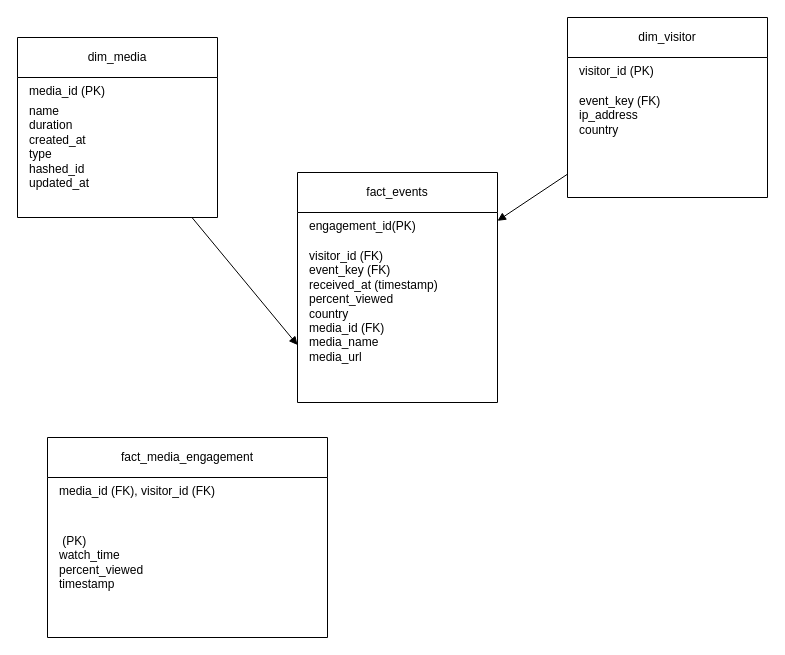
akshayreddykotha/wistia-video-analytics keeps this draw.io diagram as docs/data-model-schema.drawio. Above is the earlier version. Source tidied: cells renumbered, new cells numbered last; positions are measured from the earlier drawing's top-left corner, leaving out a move shared by most shapes. Both pictures are drawn from the tidied source at 100%, with x=0, y=0 at pixel (17, 17).
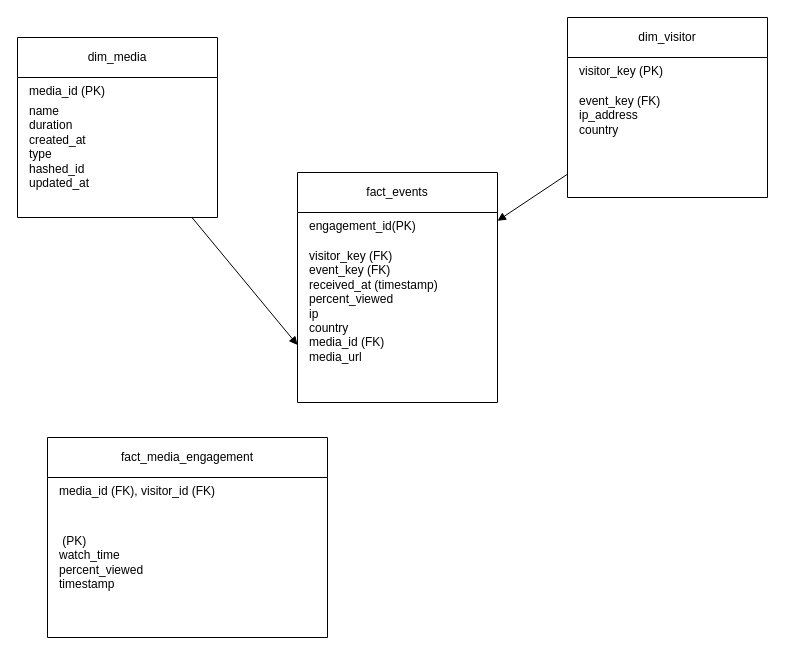
The same diagram, later.

Diff of the diagram source:
```diff
@@
 <mxGraphModel>
   <root>
     <mxCell id="0" />
     <mxCell id="1" parent="0" />
     <mxCell id="2" value="dim_media" style="shape=swimlane;whiteSpace=wrap;html=1;" parent="1" vertex="1">
       <mxGeometry y="20" width="200" height="180" as="geometry" />
     </mxCell>
     <mxCell id="3" value="media_id (PK)" style="text;html=1;strokeColor=none;fillColor=none;" parent="2" vertex="1">
       <mxGeometry x="10" y="40" width="180" height="30" as="geometry" />
     </mxCell>
     <mxCell id="4" value="name&lt;div&gt;duration&lt;/div&gt;&lt;div&gt;created_at&lt;/div&gt;&lt;div&gt;type&lt;/div&gt;&lt;div&gt;hashed_id&lt;/div&gt;&lt;div&gt;updated_at&lt;/div&gt;" style="text;html=1;strokeColor=none;fillColor=none;" parent="2" vertex="1">
       <mxGeometry x="10" y="60" width="180" height="100" as="geometry" />
     </mxCell>
     <mxCell id="5" value="dim_visitor" style="shape=swimlane;whiteSpace=wrap;html=1;" parent="1" vertex="1">
       <mxGeometry x="550" width="200" height="180" as="geometry" />
     </mxCell>
-    <mxCell id="6" value="visitor_id (PK)" style="text;html=1;strokeColor=none;fillColor=none;" parent="5" vertex="1">
+    <mxCell id="6" value="visitor_key (PK)" style="text;html=1;strokeColor=none;fillColor=none;" parent="5" vertex="1">
       <mxGeometry x="10" y="40" width="180" height="30" as="geometry" />
     </mxCell>
     <mxCell id="7" value="&lt;div&gt;event_key (FK)&lt;/div&gt;&lt;div&gt;ip_address&lt;/div&gt;&lt;div&gt;country&lt;/div&gt;" style="text;html=1;strokeColor=none;fillColor=none;" parent="5" vertex="1">
       <mxGeometry x="10" y="70" width="180" height="90" as="geometry" />
     </mxCell>
     <mxCell id="8" value="fact_media_engagement" style="shape=swimlane;whiteSpace=wrap;html=1;" parent="1" vertex="1">
       <mxGeometry x="30" y="420" width="280" height="200" as="geometry" />
     </mxCell>
     <mxCell id="9" value="media_id (FK), visitor_id (FK)" style="text;html=1;strokeColor=none;fillColor=none;" parent="8" vertex="1">
       <mxGeometry x="10" y="40" width="260" height="30" as="geometry" />
     </mxCell>
     <mxCell id="10" value="&amp;nbsp;(PK)&amp;nbsp;&lt;div&gt;watch_time&lt;/div&gt;&lt;div&gt;percent_viewed&lt;/div&gt;&lt;div&gt;timestamp&lt;/div&gt;" style="text;html=1;strokeColor=none;fillColor=none;" parent="8" vertex="1">
       <mxGeometry x="10" y="90" width="260" height="90" as="geometry" />
     </mxCell>
     <mxCell id="11" style="endArrow=block;html=1;entryX=0;entryY=0.75;entryDx=0;entryDy=0;" parent="1" edge="1" source="2" target="13">
       <mxGeometry relative="1" as="geometry" />
     </mxCell>
     <mxCell id="12" style="endArrow=block;html=1;" parent="1" edge="1" source="5" target="13">
       <mxGeometry relative="1" as="geometry" />
     </mxCell>
     <mxCell id="13" value="fact_events" style="shape=swimlane;whiteSpace=wrap;html=1;" parent="1" vertex="1">
       <mxGeometry x="280" y="155" width="200" height="230" as="geometry" />
     </mxCell>
     <mxCell id="14" value="engagement_id(PK)" style="text;html=1;strokeColor=none;fillColor=none;" parent="13" vertex="1">
       <mxGeometry x="10" y="40" width="180" height="30" as="geometry" />
     </mxCell>
-    <mxCell id="15" value="&lt;div&gt;visitor_id (FK)&lt;/div&gt;&lt;div&gt;event_key (FK)&lt;/div&gt;&lt;div&gt;received_at (timestamp)&lt;/div&gt;&lt;div&gt;percent_viewed&lt;/div&gt;&lt;div&gt;country&lt;/div&gt;&lt;div&gt;media_id (FK)&lt;/div&gt;&lt;div&gt;media_name&lt;/div&gt;&lt;div&gt;media_url&lt;/div&gt;" style="text;html=1;strokeColor=none;fillColor=none;" parent="13" vertex="1">
+    <mxCell id="15" value="&lt;div&gt;visitor_key (FK)&lt;/div&gt;&lt;div&gt;event_key (FK)&lt;/div&gt;&lt;div&gt;received_at (timestamp)&lt;/div&gt;&lt;div&gt;percent_viewed&lt;/div&gt;&lt;div&gt;ip&lt;/div&gt;&lt;div&gt;country&lt;/div&gt;&lt;div&gt;media_id (FK)&lt;/div&gt;&lt;div&gt;&lt;span style=&quot;background-color: transparent; color: light-dark(rgb(0, 0, 0), rgb(255, 255, 255));&quot;&gt;media_url&lt;/span&gt;&lt;/div&gt;" style="text;html=1;strokeColor=none;fillColor=none;" parent="13" vertex="1">
       <mxGeometry x="10" y="70" width="180" height="90" as="geometry" />
     </mxCell>
   </root>
 </mxGraphModel>
```
